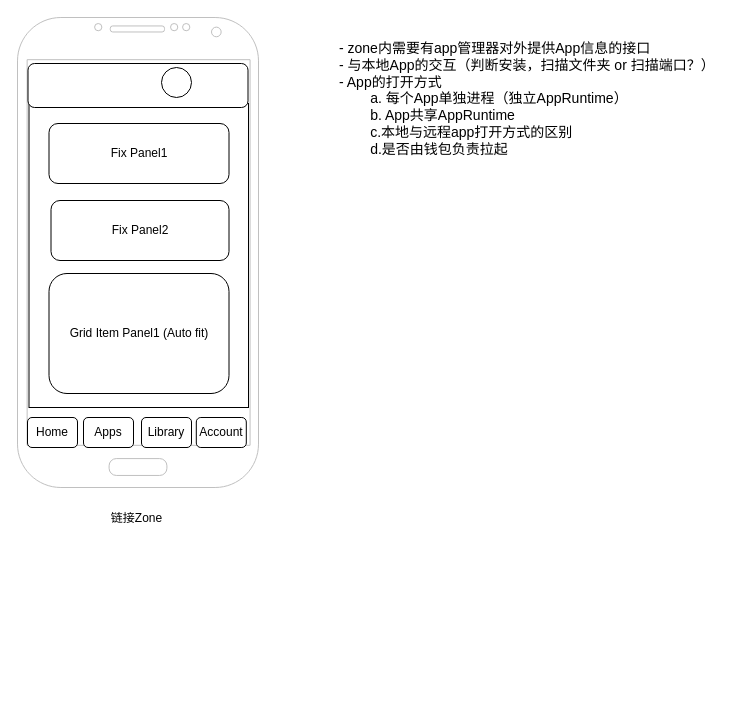
Earlier version of the draw.io diagram page "集成App" (4 of 4) of doc/PRD/desktop_beta1.drawio (buckyos/buckyos). Source tidied: cells renumbered, new cells numbered last; positions are measured from the earlier drawing's top-left corner, leaving out a move shared by most shapes. Both pictures are drawn from the tidied source at 100%, with x=0, y=0 at pixel (17, 17).
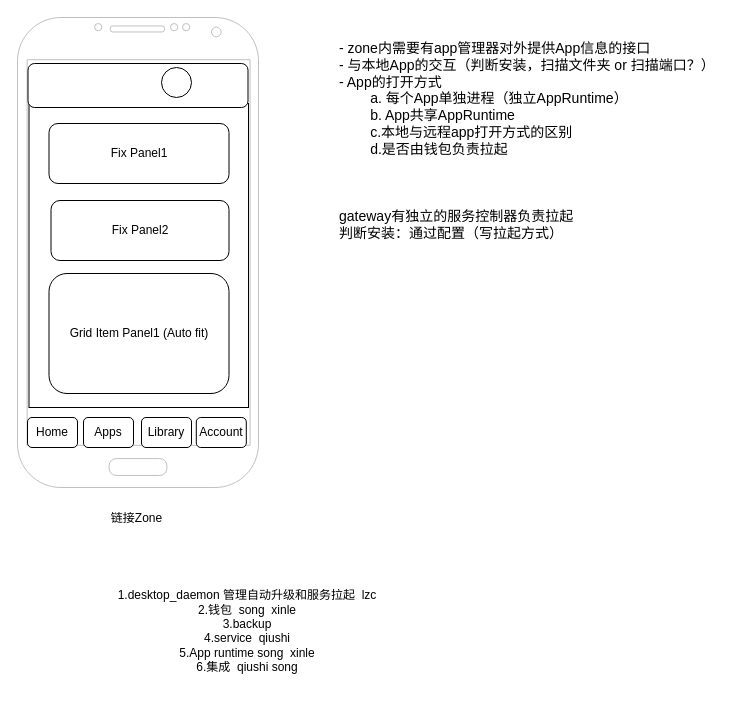
Above is the later version.

Commit message (it also covers changes not shown here):
update desktop task

Diff of the diagram source:
```diff
@@
 <mxGraphModel>
   <root>
     <mxCell id="0" />
     <mxCell id="1" parent="0" />
     <mxCell id="2" style="rounded=0;whiteSpace=wrap;html=1;" parent="1" vertex="1">
       <mxGeometry x="11.5" y="86" width="219.5" height="304" as="geometry" />
     </mxCell>
     <mxCell id="3" value="Fix Panel1" style="rounded=1;whiteSpace=wrap;html=1;" parent="1" vertex="1">
       <mxGeometry x="31.5" y="106" width="180" height="60" as="geometry" />
     </mxCell>
     <mxCell id="4" value="Fix Panel2" style="rounded=1;whiteSpace=wrap;html=1;" parent="1" vertex="1">
       <mxGeometry x="33.5" y="183" width="178" height="60" as="geometry" />
     </mxCell>
     <mxCell id="5" value="Grid Item Panel1 (Auto fit)" style="rounded=1;whiteSpace=wrap;html=1;" parent="1" vertex="1">
       <mxGeometry x="31.5" y="256" width="180" height="120" as="geometry" />
     </mxCell>
     <mxCell id="6" style="verticalLabelPosition=bottom;verticalAlign=top;html=1;shadow=0;dashed=0;strokeWidth=1;shape=mxgraph.android.phone2;strokeColor=#c0c0c0;" parent="1" vertex="1">
       <mxGeometry width="241" height="470" as="geometry" />
     </mxCell>
     <mxCell id="7" value="Home" style="rounded=1;whiteSpace=wrap;html=1;" parent="1" vertex="1">
       <mxGeometry x="10" y="400" width="50" height="30" as="geometry" />
     </mxCell>
     <mxCell id="8" value="Apps" style="rounded=1;whiteSpace=wrap;html=1;" parent="1" vertex="1">
       <mxGeometry x="66" y="400" width="50" height="30" as="geometry" />
     </mxCell>
     <mxCell id="9" value="Account" style="rounded=1;whiteSpace=wrap;html=1;" parent="1" vertex="1">
       <mxGeometry x="178.8" y="400" width="50" height="30" as="geometry" />
     </mxCell>
     <mxCell id="10" value="Library" style="rounded=1;whiteSpace=wrap;html=1;" parent="1" vertex="1">
       <mxGeometry x="124" y="400" width="50" height="30" as="geometry" />
     </mxCell>
     <mxCell id="11" style="rounded=1;whiteSpace=wrap;html=1;" parent="1" vertex="1">
       <mxGeometry x="10.5" y="46" width="220" height="44" as="geometry" />
     </mxCell>
     <mxCell id="12" style="ellipse;whiteSpace=wrap;html=1;" parent="1" vertex="1">
       <mxGeometry x="144" y="50" width="30" height="30" as="geometry" />
     </mxCell>
     <mxCell id="13" value="链接Zone" style="text;html=1;align=center;verticalAlign=middle;whiteSpace=wrap;rounded=0;" parent="1" vertex="1">
       <mxGeometry x="61.5" y="486" width="115" height="30" as="geometry" />
     </mxCell>
-    <mxCell id="14" value="&lt;span style=&quot;color: rgb(0, 0, 0); text-align: center;&quot;&gt;- zone内需要有app管理器对外提供App信息的接口&lt;/span&gt;&lt;div&gt;&lt;span style=&quot;color: rgb(0, 0, 0); text-align: center;&quot;&gt;- 与本地App的交互（判断安装，扫描文件夹 or 扫描端口？）&lt;/span&gt;&lt;/div&gt;&lt;div&gt;&lt;span style=&quot;color: rgb(0, 0, 0); text-align: center;&quot;&gt;- App的打开方式&lt;/span&gt;&lt;/div&gt;&lt;div&gt;&lt;span style=&quot;color: rgb(0, 0, 0); text-align: center;&quot;&gt;&lt;span style=&quot;white-space: pre;&quot;&gt;&#9;&lt;/span&gt;a. 每个App单独进程（独立AppRuntime）&lt;br&gt;&lt;/span&gt;&lt;/div&gt;&lt;div&gt;&lt;span style=&quot;color: rgb(0, 0, 0); text-align: center;&quot;&gt;&lt;span style=&quot;white-space: pre;&quot;&gt;&#9;&lt;/span&gt;b. App共享AppRuntime&lt;br&gt;&lt;/span&gt;&lt;/div&gt;&lt;div&gt;&lt;span style=&quot;color: rgb(0, 0, 0); text-align: center;&quot;&gt;&lt;span style=&quot;white-space: pre;&quot;&gt;&#9;&lt;/span&gt;c.本地与远程app打开方式的区别&lt;br&gt;&lt;/span&gt;&lt;/div&gt;&lt;div&gt;&lt;span style=&quot;color: rgb(0, 0, 0); text-align: center;&quot;&gt;&lt;span style=&quot;white-space: pre;&quot;&gt;&#9;&lt;/span&gt;d.是否由钱包负责拉起&lt;br&gt;&lt;/span&gt;&lt;/div&gt;" style="text;html=1;align=left;verticalAlign=top;whiteSpace=wrap;rounded=0;fontSize=14;" parent="1" vertex="1">
+    <mxCell id="14" value="&lt;span style=&quot;color: rgb(0, 0, 0); text-align: center;&quot;&gt;- zone内需要有app管理器对外提供App信息的接口&lt;/span&gt;&lt;div&gt;&lt;span style=&quot;color: rgb(0, 0, 0); text-align: center;&quot;&gt;- 与本地App的交互（判断安装，扫描文件夹 or 扫描端口？）&lt;/span&gt;&lt;/div&gt;&lt;div&gt;&lt;span style=&quot;color: rgb(0, 0, 0); text-align: center;&quot;&gt;- App的打开方式&lt;/span&gt;&lt;/div&gt;&lt;div&gt;&lt;span style=&quot;color: rgb(0, 0, 0); text-align: center;&quot;&gt;&lt;span style=&quot;white-space: pre;&quot;&gt;&#9;&lt;/span&gt;a. 每个App单独进程（独立AppRuntime）&lt;br&gt;&lt;/span&gt;&lt;/div&gt;&lt;div&gt;&lt;span style=&quot;color: rgb(0, 0, 0); text-align: center;&quot;&gt;&lt;span style=&quot;white-space: pre;&quot;&gt;&#9;&lt;/span&gt;b. App共享AppRuntime&lt;br&gt;&lt;/span&gt;&lt;/div&gt;&lt;div&gt;&lt;span style=&quot;color: rgb(0, 0, 0); text-align: center;&quot;&gt;&lt;span style=&quot;white-space: pre;&quot;&gt;&#9;&lt;/span&gt;c.本地与远程app打开方式的区别&lt;br&gt;&lt;/span&gt;&lt;/div&gt;&lt;div&gt;&lt;span style=&quot;color: rgb(0, 0, 0); text-align: center;&quot;&gt;&lt;span style=&quot;white-space: pre;&quot;&gt;&#9;&lt;/span&gt;d.是否由钱包负责拉起&lt;br&gt;&lt;/span&gt;&lt;/div&gt;&lt;div&gt;&lt;span style=&quot;color: rgb(0, 0, 0); text-align: center;&quot;&gt;&lt;br&gt;&lt;/span&gt;&lt;/div&gt;&lt;div&gt;&lt;span style=&quot;color: rgb(0, 0, 0); text-align: center;&quot;&gt;&lt;br&gt;&lt;/span&gt;&lt;/div&gt;&lt;div&gt;&lt;span style=&quot;color: rgb(0, 0, 0); text-align: center;&quot;&gt;&lt;br&gt;&lt;/span&gt;&lt;/div&gt;&lt;div&gt;&lt;span style=&quot;color: rgb(0, 0, 0); text-align: center;&quot;&gt;gateway有独立的服务控制器负责拉起&lt;/span&gt;&lt;/div&gt;&lt;div&gt;&lt;span style=&quot;color: rgb(0, 0, 0); text-align: center;&quot;&gt;判断安装：通过配置（写拉起方式）&lt;/span&gt;&lt;/div&gt;&lt;div&gt;&lt;span style=&quot;color: rgb(0, 0, 0); text-align: center;&quot;&gt;&lt;br&gt;&lt;/span&gt;&lt;/div&gt;" style="text;html=1;align=left;verticalAlign=top;whiteSpace=wrap;rounded=0;fontSize=14;" parent="1" vertex="1">
       <mxGeometry x="320" y="16" width="380" height="430" as="geometry" />
     </mxCell>
+    <mxCell id="15" value="1.desktop_daemon 管理自动升级和服务拉起&amp;nbsp; lzc&lt;div&gt;2.钱包&amp;nbsp; song&amp;nbsp; xinle&lt;/div&gt;&lt;div&gt;3.backup&lt;/div&gt;&lt;div&gt;4.service&amp;nbsp; qiushi&lt;/div&gt;&lt;div&gt;5.App runtime song&amp;nbsp; xinle&lt;/div&gt;&lt;div&gt;6.集成&amp;nbsp; qiushi song&lt;/div&gt;&lt;div&gt;&lt;br&gt;&lt;/div&gt;" style="text;html=1;align=center;verticalAlign=middle;whiteSpace=wrap;rounded=0;" parent="1" vertex="1">
+      <mxGeometry x="50" y="566" width="360" height="110" as="geometry" />
+    </mxCell>
   </root>
 </mxGraphModel>
```
